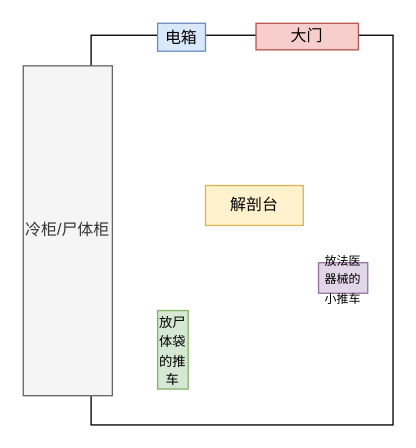
Above: 狼人_停尸房.drawio in Jiang-data/shiyanlou (draw.io), before the change. Source tidied: cells renumbered, new cells numbered last; positions are measured from the earlier drawing's top-left corner, leaving out a move shared by most shapes. Both pictures are drawn from the tidied source at 133%, with x=0, y=0 at pixel (23, 23).
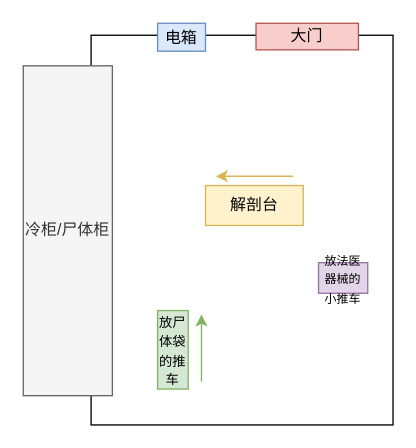
After the change.

Commit message:
更新狼人_停尸房.drawio

Change to the diagram source:
```diff
@@
 <mxGraphModel>
   <root>
     <mxCell id="0" />
     <mxCell id="1" parent="0" />
     <mxCell id="2" style="rounded=0;whiteSpace=wrap;html=1;" parent="1" vertex="1">
       <mxGeometry x="51" y="9" width="227" height="293" as="geometry" />
     </mxCell>
     <mxCell id="3" value="大门" style="text;html=1;whiteSpace=wrap;strokeColor=#b85450;fillColor=#f8cecc;align=center;verticalAlign=middle;rounded=0;" parent="1" vertex="1">
       <mxGeometry x="175" width="77" height="20" as="geometry" />
     </mxCell>
     <mxCell id="4" value="解剖台" style="text;html=1;whiteSpace=wrap;strokeColor=#d6b656;fillColor=#fff2cc;align=center;verticalAlign=middle;rounded=0;" parent="1" vertex="1">
       <mxGeometry x="137" y="122" width="73.5" height="30" as="geometry" />
     </mxCell>
     <mxCell id="5" value="&lt;font style=&quot;font-size: 10px;&quot;&gt;放尸体袋的推车&lt;/font&gt;" style="text;html=1;whiteSpace=wrap;strokeColor=#82b366;fillColor=#d5e8d4;align=center;verticalAlign=middle;rounded=0;rotation=0;" parent="1" vertex="1">
       <mxGeometry x="101" y="216" width="23" height="59" as="geometry" />
     </mxCell>
     <mxCell id="6" value="&lt;font style=&quot;font-size: 9px;&quot;&gt;放法医器械的小推车&lt;/font&gt;" style="text;html=1;whiteSpace=wrap;strokeColor=#9673a6;fillColor=#e1d5e7;align=center;verticalAlign=middle;rounded=0;" parent="1" vertex="1">
       <mxGeometry x="222" y="180" width="37" height="23" as="geometry" />
     </mxCell>
     <mxCell id="7" value="冷柜/尸体柜" style="text;html=1;whiteSpace=wrap;strokeColor=#666666;fillColor=#f5f5f5;align=center;verticalAlign=middle;rounded=0;fontColor=#333333;" parent="1" vertex="1">
       <mxGeometry y="32" width="67" height="248" as="geometry" />
     </mxCell>
     <mxCell id="8" value="电箱" style="text;html=1;whiteSpace=wrap;strokeColor=#6c8ebf;fillColor=#dae8fc;align=center;verticalAlign=middle;rounded=0;" parent="1" vertex="1">
       <mxGeometry x="101" width="36" height="21" as="geometry" />
     </mxCell>
+    <mxCell id="9" style="endArrow=classic;html=1;rounded=0;fillColor=#fff2cc;strokeColor=#d6b656;" parent="1" edge="1">
+      <mxGeometry relative="1" as="geometry">
+        <mxPoint x="202.8" y="115" as="sourcePoint" />
+        <mxPoint x="144.8" y="115" as="targetPoint" />
+      </mxGeometry>
+    </mxCell>
+    <mxCell id="10" style="endArrow=classic;html=1;rounded=0;fillColor=#d5e8d4;strokeColor=#82b366;" parent="1" edge="1">
+      <mxGeometry relative="1" as="geometry">
+        <mxPoint x="134" y="269.5" as="sourcePoint" />
+        <mxPoint x="134" y="219" as="targetPoint" />
+      </mxGeometry>
+    </mxCell>
   </root>
 </mxGraphModel>
```
